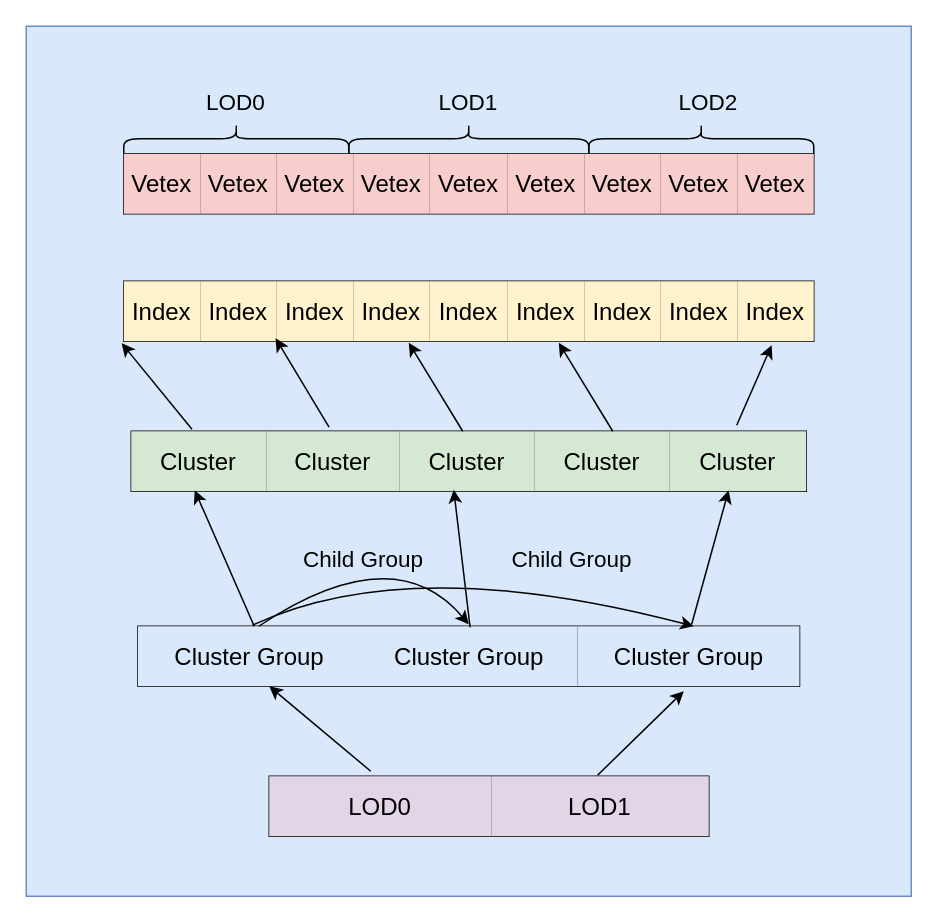
Before: source/resource/simnanite/drawio/dag_data.drawio in ShawnTSH1229/ShawnTSH1229.github.io, a draw.io diagram. Source tidied: cells renumbered, new cells numbered last; positions are measured from the earlier drawing's top-left corner, leaving out a move shared by most shapes. Both pictures are drawn from the tidied source at 150%, with x=0, y=0 at pixel (26, 26).
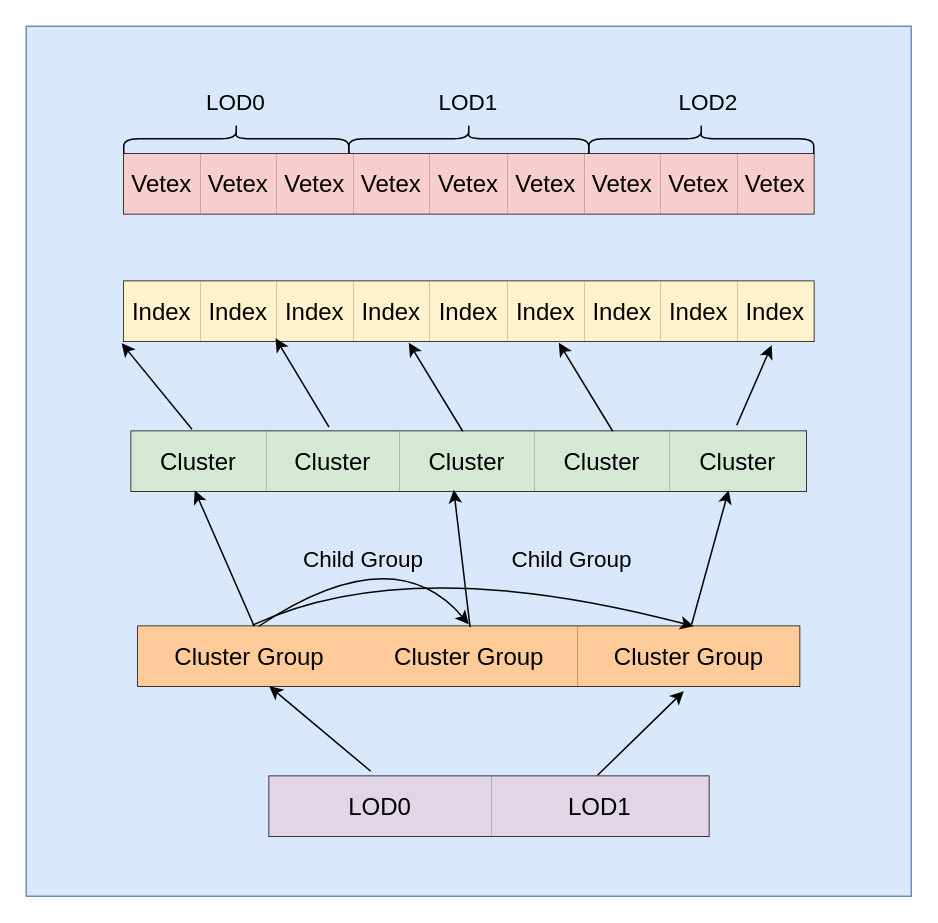
After the change.

The change refers to these unchanged cells:
```xml
<mxCell id="39" style="shape=tableRow;horizontal=0;startSize=0;swimlaneHead=0;swimlaneBody=0;strokeColor=inherit;top=0;left=0;bottom=0;right=0;fillColor=none;points=[[0,0.5],[1,0.5]];portConstraint=eastwest;fontSize=16;" parent="38" vertex="1">
  <mxGeometry width="441" height="40" as="geometry" />
</mxCell>
```

The edit, as a diff of the source:
```diff
@@
-    <mxCell id="40" value="Cluster Group" style="shape=partialRectangle;html=1;whiteSpace=wrap;strokeColor=#6c8ebf;overflow=hidden;fillColor=#dae8fc;top=0;left=0;bottom=0;right=0;fontSize=16;" parent="39" vertex="1">
+    <mxCell id="40" value="Cluster Group" style="shape=partialRectangle;html=1;whiteSpace=wrap;strokeColor=#36393d;overflow=hidden;fillColor=#ffcc99;top=0;left=0;bottom=0;right=0;fontSize=16;" parent="39" vertex="1">
       <mxGeometry width="148" height="40" as="geometry" />
     </mxCell>
-    <mxCell id="41" value="Cluster Group" style="shape=partialRectangle;html=1;whiteSpace=wrap;strokeColor=#6c8ebf;overflow=hidden;fillColor=#dae8fc;top=0;left=0;bottom=0;right=0;fontSize=16;" parent="39" vertex="1">
+    <mxCell id="41" value="Cluster Group" style="shape=partialRectangle;html=1;whiteSpace=wrap;strokeColor=#36393d;overflow=hidden;fillColor=#ffcc99;top=0;left=0;bottom=0;right=0;fontSize=16;" parent="39" vertex="1">
       <mxGeometry x="148" width="145" height="40" as="geometry" />
     </mxCell>
-    <mxCell id="42" value="Cluster Group" style="shape=partialRectangle;html=1;whiteSpace=wrap;strokeColor=#6c8ebf;overflow=hidden;fillColor=#dae8fc;top=0;left=0;bottom=0;right=0;fontSize=16;" parent="39" vertex="1">
+    <mxCell id="42" value="Cluster Group" style="shape=partialRectangle;html=1;whiteSpace=wrap;strokeColor=#36393d;overflow=hidden;fillColor=#ffcc99;top=0;left=0;bottom=0;right=0;fontSize=16;" parent="39" vertex="1">
       <mxGeometry x="293" width="148" height="40" as="geometry" />
     </mxCell>
```
